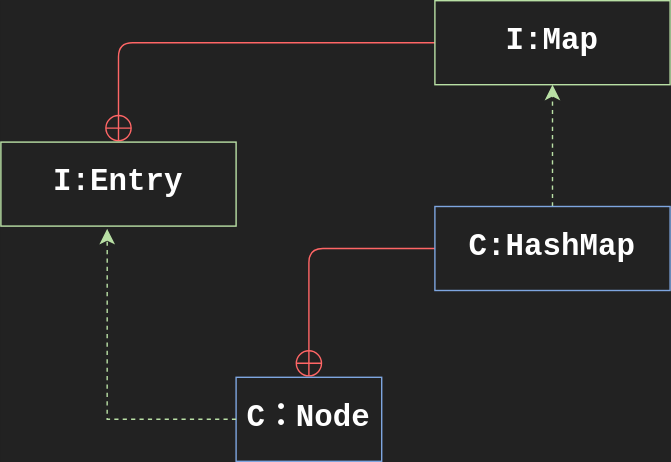
This is drawio/MapInterface.svg from Stolorzs/Picgo, a draw.io export, as it was before one commit. Source tidied: cells renumbered, new cells last; positions are measured from the earlier drawing's top-left corner, leaving out a move shared by most shapes.
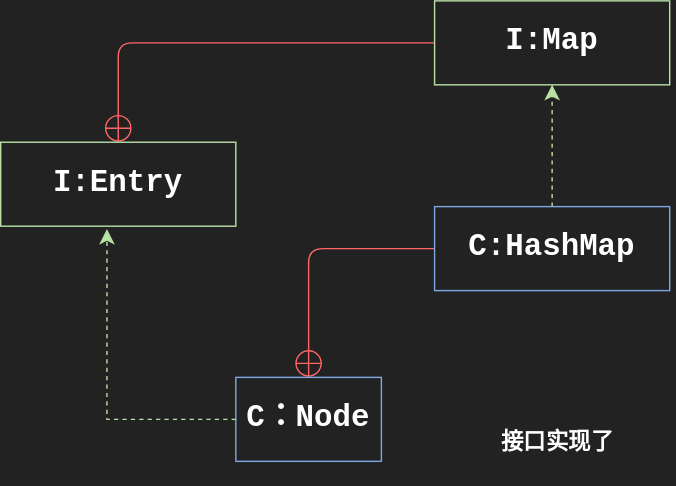
After the commit.

The edit, as a diff of the source:
```diff
@@ -30,5 +30,8 @@
         </Array>
       </mxGeometry>
     </mxCell>
+    <mxCell id="10" value="&lt;font size=&quot;1&quot; face=&quot;Courier New&quot; color=&quot;#ffffff&quot;&gt;&lt;span style=&quot;caret-color: rgb(255, 255, 255);&quot;&gt;&lt;b style=&quot;font-size: 16px;&quot;&gt;接口实现了&lt;/b&gt;&lt;/span&gt;&lt;/font&gt;" style="whiteSpace=wrap;html=1;fillColor=none;strokeColor=none;" parent="1" vertex="1">
+      <mxGeometry x="314" y="287" width="168" height="59" as="geometry" />
+    </mxCell>
   </root>
 </mxGraphModel>
```
